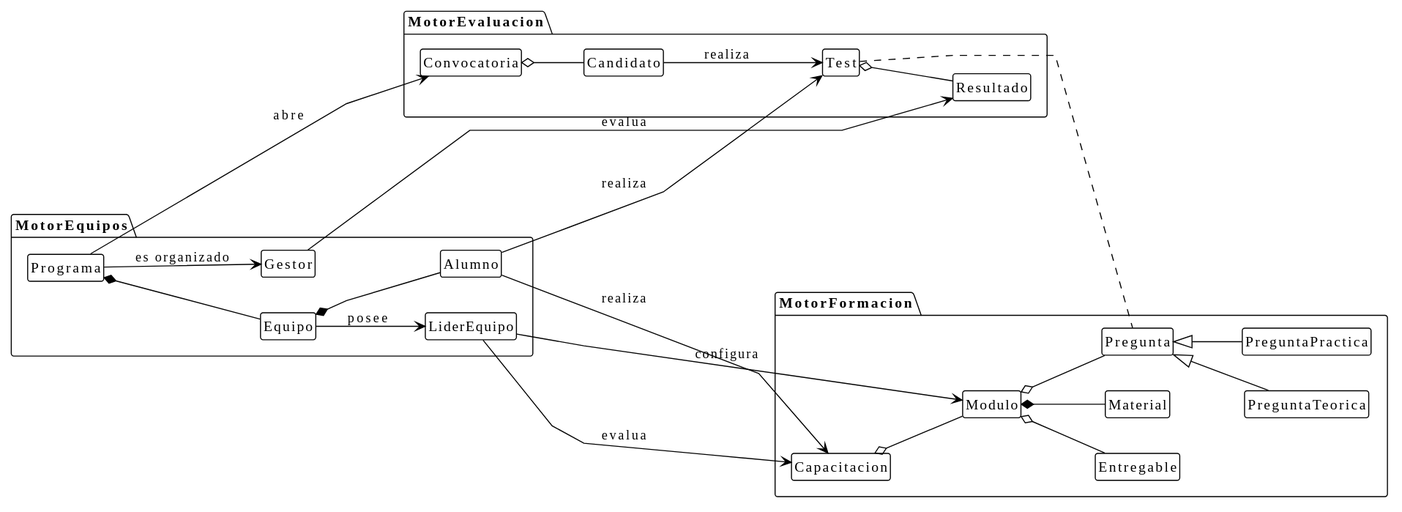
This is images/RUP/00-modelo-del-dominio/modeloDominio.svg from TheMoys/CTS-Academy, a PlantUML export, as it was before one commit.
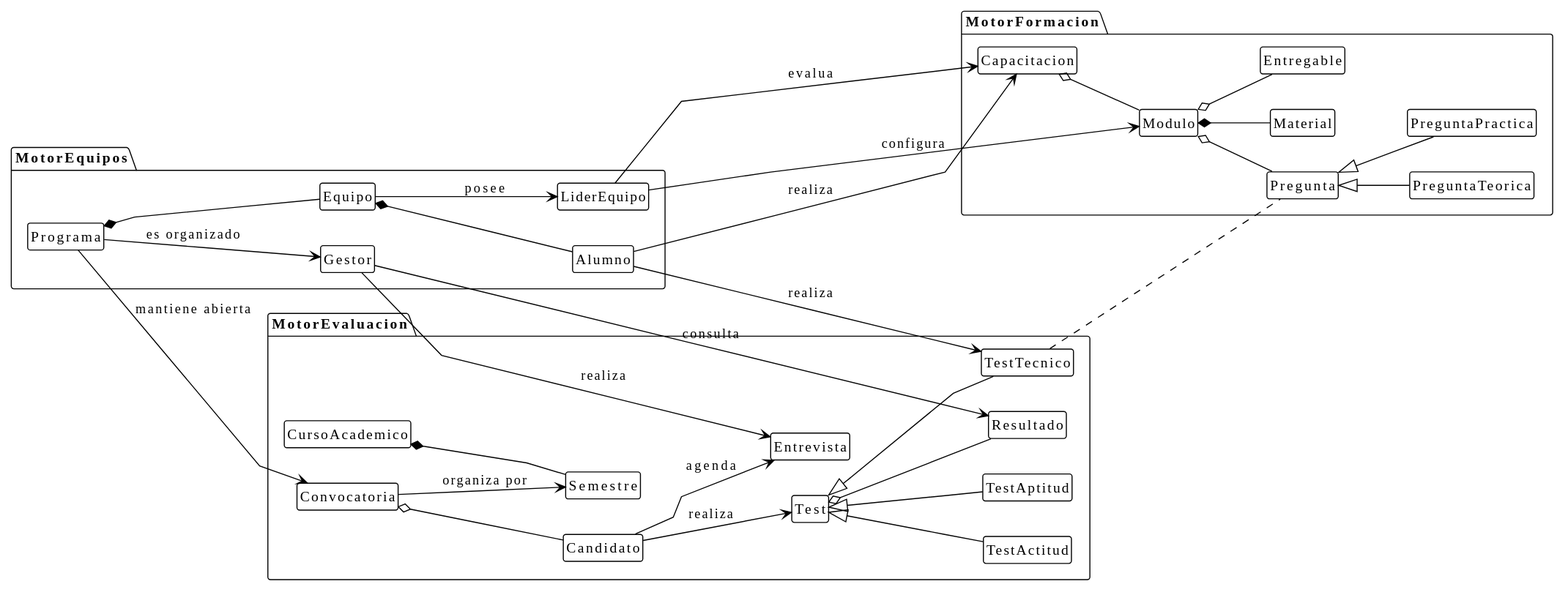
The same file after the commit.

Commit message:
feat(dominio): soportar admision continua (CursoAcademico, Semestre), bateria de 3 tests diagnósticos, entidad Entrevista y ADR-007

What changed in the source:
```diff
@@ -20,13 +20,28 @@
 
 package MotorEvaluacion {
   class Convocatoria
+  class CursoAcademico
+  class Semestre
   class Candidato
   class Test
+  class TestActitud
+  class TestAptitud
+  class TestTecnico
   class Resultado
+  class Entrevista
 
+  CursoAcademico *-- Semestre
+  Convocatoria --> Semestre : organiza por
   Convocatoria o-- Candidato
+
   Candidato --> Test : realiza
+  Test <|-- TestActitud
+  Test <|-- TestAptitud
+  Test <|-- TestTecnico
   Test o-- Resultado
+
+  Candidato --> Entrevista : agenda
+  Gestor --> Entrevista : realiza
 }
 
 package MotorFormacion {
@@ -47,11 +62,11 @@
   Modulo o-- Pregunta
 }
 
-Programa --> Convocatoria : abre
-Gestor --> Resultado : evalua
+Programa --> Convocatoria : mantiene abierta
+Gestor --> Resultado : consulta
 
-Test ... Pregunta
-Alumno ---> Test : realiza
+TestTecnico ... Pregunta
+Alumno ---> TestTecnico : realiza
 
 Alumno --> Capacitacion : realiza
 LiderEquipo --> Modulo : configura
```
